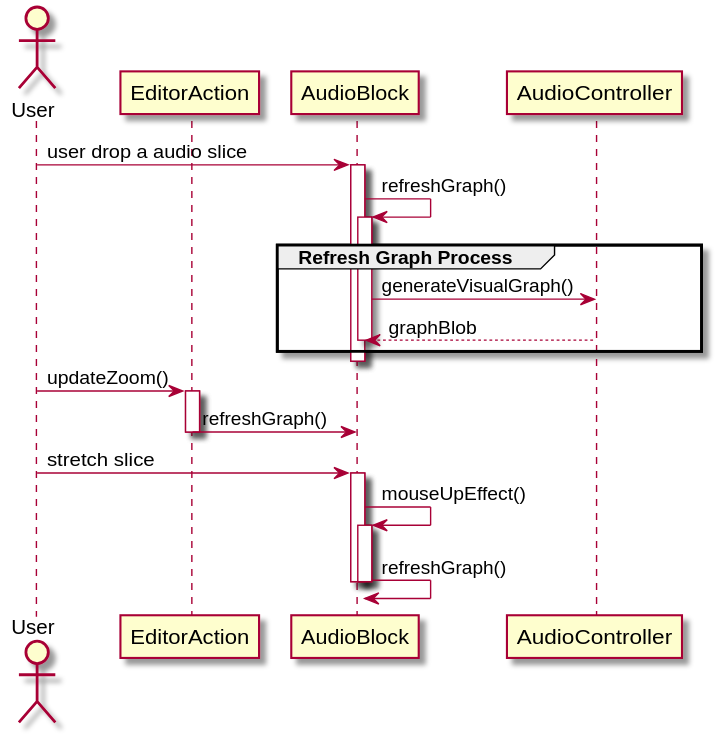
Before: out/sequence_diagram/visualEffect/visualEffect.svg, a diagram exported from PlantUML (austudio-team/austudio-uml-graph). Its diagram source:
```plantuml
@startuml
actor User

participant AudioBlock order 20
participant AudioController order 30

User -> AudioBlock: user drop a audio slice
activate AudioBlock
AudioBlock -> AudioBlock: refreshGraph()
group Refresh Graph Process
activate AudioBlock
AudioBlock -> AudioController: generateVisualGraph()
AudioController --> AudioBlock: graphBlob
deactivate AudioBlock
end
deactivate AudioBlock
User -> EditorAction: updateZoom()
activate EditorAction
EditorAction -> AudioBlock: refreshGraph()
deactivate EditorAction

User -> AudioBlock: stretch slice
activate AudioBlock
AudioBlock -> AudioBlock: mouseUpEffect()
activate AudioBlock
AudioBlock -> AudioBlock: refreshGraph()
deactivate AudioBlock
deactivate AudioBlock

@enduml
```
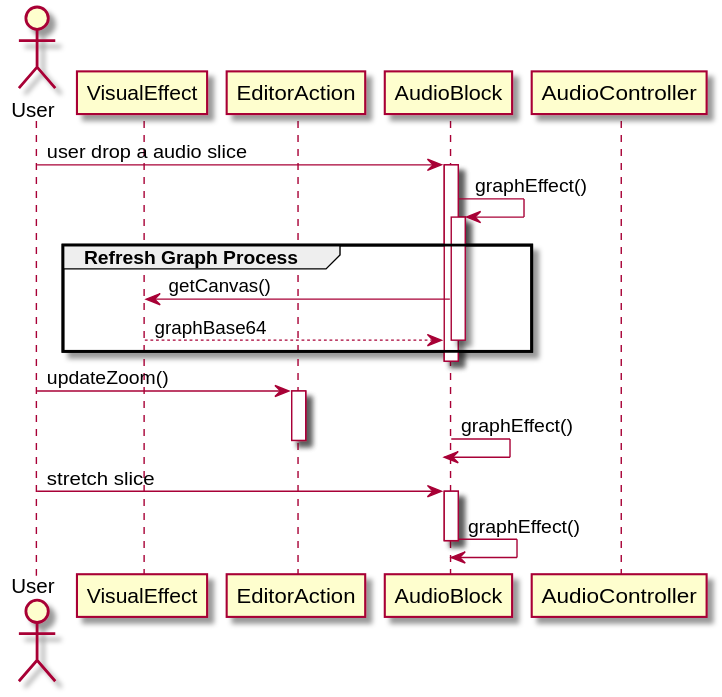
After the commit.

Diff of the diagram source:
```diff
@@ -6,25 +6,23 @@
 
 User -> AudioBlock: user drop a audio slice
 activate AudioBlock
-AudioBlock -> AudioBlock: refreshGraph()
+AudioBlock -> AudioBlock: graphEffect()
 group Refresh Graph Process
 activate AudioBlock
-AudioBlock -> AudioController: generateVisualGraph()
-AudioController --> AudioBlock: graphBlob
+AudioBlock -> VisualEffect: getCanvas()
+VisualEffect --> AudioBlock: graphBase64
 deactivate AudioBlock
 end
+
 deactivate AudioBlock
 User -> EditorAction: updateZoom()
 activate EditorAction
-EditorAction -> AudioBlock: refreshGraph()
+AudioBlock -> AudioBlock: graphEffect()
 deactivate EditorAction
 
 User -> AudioBlock: stretch slice
 activate AudioBlock
-AudioBlock -> AudioBlock: mouseUpEffect()
-activate AudioBlock
-AudioBlock -> AudioBlock: refreshGraph()
-deactivate AudioBlock
+AudioBlock -> AudioBlock: graphEffect()
 deactivate AudioBlock
 
 @enduml
```
